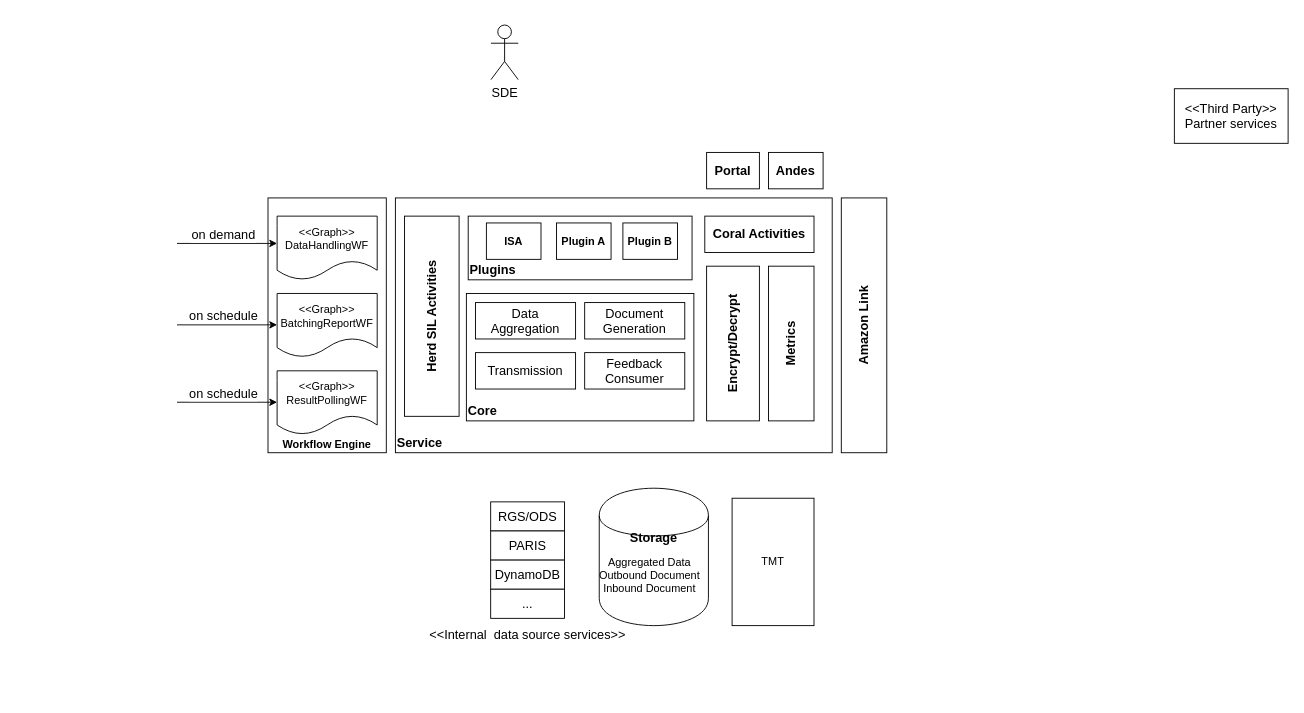
The draw.io diagram page "Page-2" (2 of 3) of Untitled Diagram.drawio in dongposhi/Mimicat, before the edit. Source tidied: cells renumbered, new cells numbered last; positions are measured from the earlier drawing's top-left corner, leaving out a move shared by most shapes. Both pictures are drawn from the tidied source at 91%, with x=0, y=0 at pixel (177, 25).
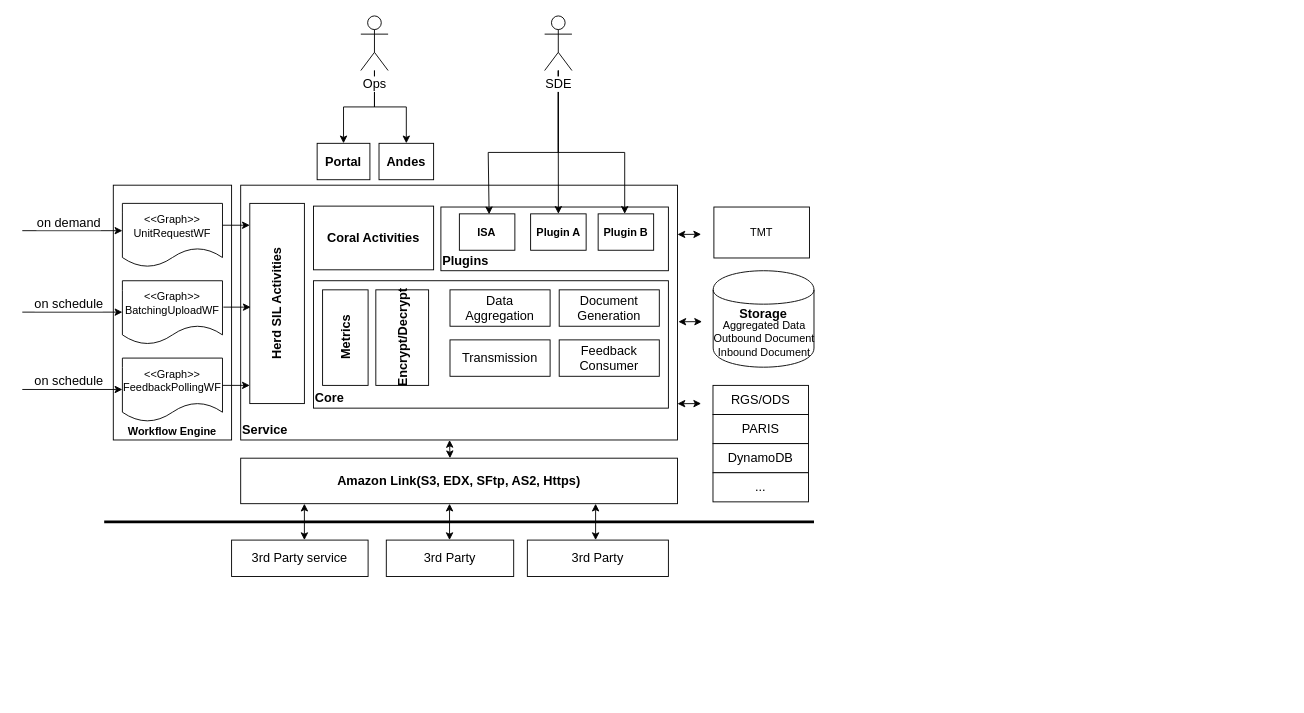
After the change.

Change to the diagram source:
```diff
@@
     <mxCell id="2" value="Service" style="rounded=0;whiteSpace=wrap;html=1;fontSize=14;align=left;verticalAlign=bottom;fontStyle=1;" parent="1" vertex="1">
-      <mxGeometry x="240" y="190" width="480" height="280" as="geometry" />
+      <mxGeometry x="70" y="176" width="480" height="280" as="geometry" />
     </mxCell>
     <mxCell id="3" value="Workflow Engine" style="whiteSpace=wrap;html=1;verticalAlign=bottom;fontStyle=1;" parent="1" vertex="1">
-      <mxGeometry x="100" y="190" width="130" height="280" as="geometry" />
+      <mxGeometry x="-70" y="176" width="130" height="280" as="geometry" />
     </mxCell>
-    <mxCell id="4" value="Metrics" style="rounded=0;whiteSpace=wrap;html=1;fontSize=14;align=center;horizontal=0;fontStyle=1;" parent="1" vertex="1">
-      <mxGeometry x="650" y="265" width="50" height="170" as="geometry" />
-    </mxCell>
-    <mxCell id="5" value="Encrypt/Decrypt" style="rounded=0;whiteSpace=wrap;html=1;fontSize=14;align=center;horizontal=0;fontStyle=1;" parent="1" vertex="1">
-      <mxGeometry x="582" y="265" width="58" height="170" as="geometry" />
-    </mxCell>
-    <mxCell id="6" value="&amp;lt;&amp;lt;Third Party&amp;gt;&amp;gt;&lt;br&gt;Partner services" style="rounded=0;whiteSpace=wrap;html=1;fontSize=14;align=center;" parent="1" vertex="1">
-      <mxGeometry x="1096" y="70" width="125" height="60" as="geometry" />
-    </mxCell>
     <mxCell id="7" style="group;" parent="1" vertex="1">
-      <mxGeometry x="330" y="500" width="140" height="152" as="geometry" />
+      <mxGeometry x="610" y="586" width="140" height="152" as="geometry" />
     </mxCell>
     <mxCell id="8" style="group;" parent="7" vertex="1">
-      <mxGeometry x="14.7" y="24" width="81.1" height="128" as="geometry" />
+      <mxGeometry x="3.7" y="-190" width="105" height="128" as="geometry" />
     </mxCell>
     <mxCell id="9" value="RGS/ODS" style="rounded=0;whiteSpace=wrap;html=1;fontSize=14;align=center;" parent="8" vertex="1">
-      <mxGeometry width="81.1" height="32" as="geometry" />
+      <mxGeometry x="-24.7" width="105" height="32" as="geometry" />
     </mxCell>
     <mxCell id="10" value="PARIS" style="rounded=0;whiteSpace=wrap;html=1;fontSize=14;align=center;" parent="8" vertex="1">
-      <mxGeometry y="32" width="81.1" height="32" as="geometry" />
+      <mxGeometry x="-24.7" y="32" width="105" height="32" as="geometry" />
     </mxCell>
     <mxCell id="11" value="DynamoDB" style="rounded=0;whiteSpace=wrap;html=1;fontSize=14;align=center;" parent="8" vertex="1">
-      <mxGeometry y="64" width="81.1" height="32" as="geometry" />
+      <mxGeometry x="-24.7" y="64" width="105" height="32" as="geometry" />
     </mxCell>
     <mxCell id="12" value="..." style="rounded=0;whiteSpace=wrap;html=1;fontSize=14;align=center;" parent="8" vertex="1">
-      <mxGeometry y="96" width="81.1" height="32" as="geometry" />
+      <mxGeometry x="-24.7" y="96" width="105" height="32" as="geometry" />
     </mxCell>
     <mxCell id="13" value="Herd SIL Activities" style="rounded=0;whiteSpace=wrap;html=1;fontSize=14;align=center;fontStyle=1;direction=south;horizontal=0;" parent="1" vertex="1">
-      <mxGeometry x="250" y="210" width="60" height="220" as="geometry" />
+      <mxGeometry x="80" y="196" width="60" height="220" as="geometry" />
     </mxCell>
     <mxCell id="14" value="Coral Activities" style="rounded=0;whiteSpace=wrap;html=1;fontSize=14;align=center;fontStyle=1;direction=east;flipH=1;flipV=1;horizontal=1;" parent="1" vertex="1">
-      <mxGeometry x="580" y="210" width="120" height="40" as="geometry" />
+      <mxGeometry x="150" y="199" width="132" height="70" as="geometry" />
     </mxCell>
-    <mxCell id="15" value="&amp;lt;&amp;lt;Graph&amp;gt;&amp;gt;&lt;br&gt;DataHandlingWF" style="shape=document;whiteSpace=wrap;html=1;boundedLbl=1;" parent="1" vertex="1">
-      <mxGeometry x="110" y="210" width="110" height="70" as="geometry" />
+    <mxCell id="15" value="&amp;lt;&amp;lt;Graph&amp;gt;&amp;gt;&lt;br&gt;UnitRequestWF" style="shape=document;whiteSpace=wrap;html=1;boundedLbl=1;" parent="1" vertex="1">
+      <mxGeometry x="-60" y="196" width="110" height="70" as="geometry" />
     </mxCell>
-    <mxCell id="16" value="&amp;lt;&amp;lt;Graph&amp;gt;&amp;gt;&lt;br&gt;BatchingReportWF" style="shape=document;whiteSpace=wrap;html=1;boundedLbl=1;" parent="1" vertex="1">
-      <mxGeometry x="110" y="295" width="110" height="70" as="geometry" />
+    <mxCell id="16" value="&amp;lt;&amp;lt;Graph&amp;gt;&amp;gt;&lt;br&gt;BatchingUploadWF" style="shape=document;whiteSpace=wrap;html=1;boundedLbl=1;" parent="1" vertex="1">
+      <mxGeometry x="-60" y="281" width="110" height="70" as="geometry" />
     </mxCell>
-    <mxCell id="17" value="&amp;lt;&amp;lt;Graph&amp;gt;&amp;gt;&lt;br&gt;ResultPollingWF" style="shape=document;whiteSpace=wrap;html=1;boundedLbl=1;" parent="1" vertex="1">
-      <mxGeometry x="110" y="380" width="110" height="70" as="geometry" />
+    <mxCell id="17" value="&amp;lt;&amp;lt;Graph&amp;gt;&amp;gt;&lt;br&gt;FeedbackPollingWF" style="shape=document;whiteSpace=wrap;html=1;boundedLbl=1;" parent="1" vertex="1">
+      <mxGeometry x="-60" y="366" width="110" height="70" as="geometry" />
     </mxCell>
     <mxCell id="18" value="TMT" style="whiteSpace=wrap;html=1;" parent="1" vertex="1">
-      <mxGeometry x="610" y="520" width="90" height="140" as="geometry" />
+      <mxGeometry x="590" y="200" width="105" height="56" as="geometry" />
     </mxCell>
-    <mxCell id="19" value="&amp;lt;&amp;lt;Internal&amp;nbsp; data source services&amp;gt;&amp;gt;" style="text;html=1;align=center;verticalAlign=middle;fontSize=14;" parent="1" vertex="1">
-      <mxGeometry x="270" y="660" width="230" height="20" as="geometry" />
-    </mxCell>
-    <mxCell id="20" value="Amazon Link" style="whiteSpace=wrap;html=1;horizontal=0;fontSize=14;fontStyle=1;" parent="1" vertex="1">
-      <mxGeometry x="730" y="190" width="50" height="280" as="geometry" />
+    <mxCell id="20" value="Amazon Link(S3, EDX, SFtp, AS2, Https)" style="whiteSpace=wrap;html=1;horizontal=1;fontSize=14;fontStyle=1;direction=south;" parent="1" vertex="1">
+      <mxGeometry x="70" y="476" width="480" height="50" as="geometry" />
     </mxCell>
     <mxCell id="21" style="group;" parent="1" vertex="1">
-      <mxGeometry x="454" y="509" width="130" height="151" as="geometry" />
+      <mxGeometry x="580" y="270" width="120" height="106" as="geometry" />
     </mxCell>
     <mxCell id="22" value="&lt;b&gt;Storage&lt;/b&gt;" style="shape=cylinder;whiteSpace=wrap;html=1;boundedLbl=1;backgroundOutline=1;fontSize=14;align=center;verticalAlign=top;" parent="21" vertex="1">
-      <mxGeometry x="10" width="120" height="151" as="geometry" />
+      <mxGeometry x="9.2" width="110.8" height="106" as="geometry" />
     </mxCell>
     <mxCell id="23" value="Aggregated Data&lt;br&gt;Outbound Document&lt;br&gt;Inbound Document" style="text;html=1;align=center;verticalAlign=middle;points=[];fillColor=none;strokeColor=none;rounded=0;" parent="21" vertex="1">
-      <mxGeometry y="71" width="130" height="50" as="geometry" />
+      <mxGeometry y="49.8" width="130" height="50" as="geometry" />
     </mxCell>
     <mxCell id="24" value="Portal" style="rounded=0;whiteSpace=wrap;html=1;fontSize=14;align=center;fontStyle=1;direction=east;flipH=1;flipV=1;horizontal=1;" parent="1" vertex="1">
-      <mxGeometry x="582" y="140" width="58" height="40" as="geometry" />
+      <mxGeometry x="154" y="130" width="58" height="40" as="geometry" />
     </mxCell>
     <mxCell id="25" value="Andes" style="rounded=0;whiteSpace=wrap;html=1;fontSize=14;align=center;fontStyle=1;direction=east;flipH=1;flipV=1;horizontal=1;" parent="1" vertex="1">
-      <mxGeometry x="650" y="140" width="60" height="40" as="geometry" />
+      <mxGeometry x="222" y="130" width="60" height="40" as="geometry" />
     </mxCell>
     <mxCell id="26" style="group;" parent="1" vertex="1">
-      <mxGeometry x="320" y="210" width="246" height="70" as="geometry" />
+      <mxGeometry x="290" y="200" width="250" height="70" as="geometry" />
     </mxCell>
     <mxCell id="27" value="Plugins&amp;nbsp;" style="rounded=0;whiteSpace=wrap;html=1;fontSize=14;align=left;verticalAlign=bottom;fontStyle=1;" parent="26" vertex="1">
-      <mxGeometry width="246" height="70" as="geometry" />
+      <mxGeometry width="250" height="70" as="geometry" />
     </mxCell>
     <mxCell id="28" value="ISA" style="whiteSpace=wrap;html=1;fontStyle=1;" parent="26" vertex="1">
-      <mxGeometry x="20" y="7.5" width="60" height="40" as="geometry" />
+      <mxGeometry x="20.3" y="7.5" width="61" height="40" as="geometry" />
     </mxCell>
     <mxCell id="29" value="Plugin A" style="whiteSpace=wrap;html=1;fontStyle=1;" parent="26" vertex="1">
-      <mxGeometry x="97" y="7.5" width="60" height="40" as="geometry" />
+      <mxGeometry x="98.6" y="7.5" width="61" height="40" as="geometry" />
     </mxCell>
     <mxCell id="30" value="Plugin B" style="whiteSpace=wrap;html=1;fontStyle=1;" parent="26" vertex="1">
-      <mxGeometry x="170" y="7.5" width="60" height="40" as="geometry" />
+      <mxGeometry x="172.8" y="7.5" width="61" height="40" as="geometry" />
     </mxCell>
+    <mxCell id="43" style="edgeStyle=orthogonalEdgeStyle;rounded=0;jettySize=auto;html=1;entryX=0.5;entryY=0;entryDx=0;entryDy=0;endArrow=classic;endFill=1;fontSize=14;" parent="1" edge="1" source="31" target="29">
+      <mxGeometry relative="1" as="geometry" />
+    </mxCell>
+    <mxCell id="44" style="edgeStyle=orthogonalEdgeStyle;rounded=0;orthogonalLoop=1;jettySize=auto;html=1;entryX=0.5;entryY=0;entryDx=0;entryDy=0;endArrow=classic;endFill=1;fontSize=14;" parent="1" edge="1">
+      <mxGeometry relative="1" as="geometry">
+        <mxPoint x="419" y="50" as="sourcePoint" />
+        <mxPoint x="343" y="208" as="targetPoint" />
+        <Array as="points">
+          <mxPoint x="419" y="140" />
+          <mxPoint x="342" y="140" />
+        </Array>
+      </mxGeometry>
+    </mxCell>
+    <mxCell id="45" style="edgeStyle=orthogonalEdgeStyle;rounded=0;orthogonalLoop=1;jettySize=auto;html=1;endArrow=classic;endFill=1;fontSize=14;" parent="1" edge="1">
+      <mxGeometry relative="1" as="geometry">
+        <mxPoint x="419" y="50" as="sourcePoint" />
+        <mxPoint x="492" y="207.5" as="targetPoint" />
+        <Array as="points">
+          <mxPoint x="419" y="140" />
+          <mxPoint x="492" y="140" />
+        </Array>
+      </mxGeometry>
+    </mxCell>
     <mxCell id="31" value="SDE" style="shape=umlActor;verticalLabelPosition=bottom;labelBackgroundColor=#ffffff;verticalAlign=top;html=1;outlineConnect=0;fontSize=14;" parent="1" vertex="1">
-      <mxGeometry x="345" width="30" height="60" as="geometry" />
+      <mxGeometry x="404" y="-10" width="30" height="60" as="geometry" />
     </mxCell>
     <mxCell id="32" value="Core" style="rounded=0;whiteSpace=wrap;html=1;fontSize=14;align=left;verticalAlign=bottom;fontStyle=1;" parent="1" vertex="1">
-      <mxGeometry x="318" y="295" width="250" height="140" as="geometry" />
+      <mxGeometry x="150" y="281" width="390" height="140" as="geometry" />
     </mxCell>
     <mxCell id="33" value="Data Aggregation" style="rounded=0;whiteSpace=wrap;html=1;fontSize=14;" parent="1" vertex="1">
-      <mxGeometry x="328" y="305" width="110" height="40" as="geometry" />
+      <mxGeometry x="300" y="291" width="110" height="40" as="geometry" />
     </mxCell>
     <mxCell id="34" value="Document Generation" style="rounded=0;whiteSpace=wrap;html=1;fontSize=14;" parent="1" vertex="1">
-      <mxGeometry x="448" y="305" width="110" height="40" as="geometry" />
+      <mxGeometry x="420" y="291" width="110" height="40" as="geometry" />
     </mxCell>
     <mxCell id="35" value="Transmission" style="rounded=0;whiteSpace=wrap;html=1;fontSize=14;" parent="1" vertex="1">
-      <mxGeometry x="328" y="360" width="110" height="40" as="geometry" />
+      <mxGeometry x="300" y="346" width="110" height="40" as="geometry" />
     </mxCell>
     <mxCell id="36" value="Feedback Consumer" style="rounded=0;whiteSpace=wrap;html=1;fontSize=14;" parent="1" vertex="1">
-      <mxGeometry x="448" y="360" width="110" height="40" as="geometry" />
+      <mxGeometry x="420" y="346" width="110" height="40" as="geometry" />
     </mxCell>
     <mxCell id="37" style="endArrow=classic;html=1;fontSize=14;" parent="1" edge="1">
       <mxGeometry relative="1" as="geometry">
-        <mxPoint y="240" as="sourcePoint" />
-        <mxPoint x="110" y="240" as="targetPoint" />
+        <mxPoint x="-170" y="226" as="sourcePoint" />
+        <mxPoint x="-60" y="226" as="targetPoint" />
       </mxGeometry>
     </mxCell>
@@
     <mxCell id="39" style="endArrow=classic;html=1;fontSize=14;" parent="1" edge="1">
       <mxGeometry relative="1" as="geometry">
-        <mxPoint y="329.5" as="sourcePoint" />
-        <mxPoint x="110" y="329.5" as="targetPoint" />
+        <mxPoint x="-170" y="315.5" as="sourcePoint" />
+        <mxPoint x="-60" y="315.5" as="targetPoint" />
       </mxGeometry>
     </mxCell>
@@
     <mxCell id="41" style="endArrow=classic;html=1;fontSize=14;" parent="1" edge="1">
       <mxGeometry relative="1" as="geometry">
-        <mxPoint y="414.5" as="sourcePoint" />
-        <mxPoint x="110" y="414.5" as="targetPoint" />
+        <mxPoint x="-170" y="400.5" as="sourcePoint" />
+        <mxPoint x="-60" y="400.5" as="targetPoint" />
       </mxGeometry>
     </mxCell>
@@
+    <mxCell id="46" style="edgeStyle=orthogonalEdgeStyle;rounded=0;jettySize=auto;html=1;entryX=0.5;entryY=0;entryDx=0;entryDy=0;endArrow=classic;endFill=1;fontSize=14;" parent="1" edge="1" source="48" target="24">
+      <mxGeometry relative="1" as="geometry" />
+    </mxCell>
+    <mxCell id="47" style="edgeStyle=orthogonalEdgeStyle;rounded=0;jettySize=auto;html=1;entryX=0.5;entryY=0;entryDx=0;entryDy=0;endArrow=classic;endFill=1;fontSize=14;" parent="1" edge="1" source="48" target="25">
+      <mxGeometry relative="1" as="geometry" />
+    </mxCell>
+    <mxCell id="48" value="Ops" style="shape=umlActor;verticalLabelPosition=bottom;labelBackgroundColor=#ffffff;verticalAlign=top;html=1;outlineConnect=0;fontSize=14;" parent="1" vertex="1">
+      <mxGeometry x="202" y="-10" width="30" height="60" as="geometry" />
+    </mxCell>
+    <mxCell id="49" value="3rd Party service" style="rounded=0;whiteSpace=wrap;html=1;fontSize=14;" parent="1" vertex="1">
+      <mxGeometry x="60" y="566" width="150" height="40" as="geometry" />
+    </mxCell>
+    <mxCell id="50" value="3rd Party" style="rounded=0;whiteSpace=wrap;html=1;fontSize=14;" parent="1" vertex="1">
+      <mxGeometry x="230" y="566" width="140" height="40" as="geometry" />
+    </mxCell>
+    <mxCell id="51" value="3rd Party" style="rounded=0;whiteSpace=wrap;html=1;fontSize=14;" parent="1" vertex="1">
+      <mxGeometry x="385" y="566" width="155" height="40" as="geometry" />
+    </mxCell>
+    <mxCell id="52" style="endArrow=none;html=1;fontSize=14;strokeWidth=3;" parent="1" edge="1">
+      <mxGeometry relative="1" as="geometry">
+        <mxPoint x="-80" y="546" as="sourcePoint" />
+        <mxPoint x="700" y="546" as="targetPoint" />
+      </mxGeometry>
+    </mxCell>
+    <mxCell id="53" style="endArrow=classic;startArrow=classic;html=1;strokeWidth=1;fontSize=14;" parent="1" edge="1">
+      <mxGeometry relative="1" as="geometry">
+        <mxPoint x="140" y="566" as="sourcePoint" />
+        <mxPoint x="140" y="526" as="targetPoint" />
+      </mxGeometry>
+    </mxCell>
+    <mxCell id="54" style="endArrow=classic;startArrow=classic;html=1;strokeWidth=1;fontSize=14;" parent="1" edge="1">
+      <mxGeometry relative="1" as="geometry">
+        <mxPoint x="299.5" y="566" as="sourcePoint" />
+        <mxPoint x="299.5" y="526" as="targetPoint" />
+      </mxGeometry>
+    </mxCell>
+    <mxCell id="55" style="endArrow=classic;startArrow=classic;html=1;strokeWidth=1;fontSize=14;" parent="1" edge="1">
+      <mxGeometry relative="1" as="geometry">
+        <mxPoint x="460" y="566" as="sourcePoint" />
+        <mxPoint x="460" y="526" as="targetPoint" />
+      </mxGeometry>
+    </mxCell>
+    <mxCell id="56" style="endArrow=classic;startArrow=classic;html=1;strokeWidth=1;fontSize=14;" parent="1" edge="1">
+      <mxGeometry relative="1" as="geometry">
+        <mxPoint x="300" y="476" as="sourcePoint" />
+        <mxPoint x="299.5" y="456" as="targetPoint" />
+      </mxGeometry>
+    </mxCell>
+    <mxCell id="4" value="Metrics" style="rounded=0;whiteSpace=wrap;html=1;fontSize=14;align=center;horizontal=0;fontStyle=1;" parent="1" vertex="1">
+      <mxGeometry x="160" y="291" width="50" height="105" as="geometry" />
+    </mxCell>
+    <mxCell id="5" value="Encrypt/Decrypt" style="rounded=0;whiteSpace=wrap;html=1;fontSize=14;align=center;horizontal=0;fontStyle=1;" parent="1" vertex="1">
+      <mxGeometry x="218.5" y="291" width="58" height="105" as="geometry" />
+    </mxCell>
+    <mxCell id="57" style="endArrow=classic;startArrow=classic;html=1;strokeWidth=1;fontSize=14;exitX=1.002;exitY=0.536;exitDx=0;exitDy=0;exitPerimeter=0;entryX=-0.023;entryY=0.123;entryDx=0;entryDy=0;entryPerimeter=0;" parent="1" edge="1" source="2" target="23">
+      <mxGeometry relative="1" as="geometry" />
+    </mxCell>
+    <mxCell id="58" style="endArrow=classic;startArrow=classic;html=1;strokeWidth=1;fontSize=14;exitX=1.002;exitY=0.536;exitDx=0;exitDy=0;exitPerimeter=0;entryX=-0.023;entryY=0.123;entryDx=0;entryDy=0;entryPerimeter=0;" parent="1" edge="1">
+      <mxGeometry relative="1" as="geometry">
+        <mxPoint x="550" y="230.1" as="sourcePoint" />
+        <mxPoint x="576" y="230" as="targetPoint" />
+      </mxGeometry>
+    </mxCell>
+    <mxCell id="59" style="endArrow=classic;startArrow=classic;html=1;strokeWidth=1;fontSize=14;exitX=1.002;exitY=0.536;exitDx=0;exitDy=0;exitPerimeter=0;entryX=-0.023;entryY=0.123;entryDx=0;entryDy=0;entryPerimeter=0;" parent="1" edge="1">
+      <mxGeometry relative="1" as="geometry">
+        <mxPoint x="550" y="416.1" as="sourcePoint" />
+        <mxPoint x="576" y="416" as="targetPoint" />
+      </mxGeometry>
+    </mxCell>
+    <mxCell id="60" style="endArrow=classic;html=1;strokeWidth=1;fontSize=14;" parent="1" edge="1">
+      <mxGeometry relative="1" as="geometry">
+        <mxPoint x="50" y="220" as="sourcePoint" />
+        <mxPoint x="80" y="220" as="targetPoint" />
+      </mxGeometry>
+    </mxCell>
+    <mxCell id="61" style="endArrow=classic;html=1;strokeWidth=1;fontSize=14;" parent="1" edge="1">
+      <mxGeometry relative="1" as="geometry">
+        <mxPoint x="51" y="310" as="sourcePoint" />
+        <mxPoint x="81" y="310" as="targetPoint" />
+      </mxGeometry>
+    </mxCell>
+    <mxCell id="62" style="endArrow=classic;html=1;strokeWidth=1;fontSize=14;" parent="1" edge="1">
+      <mxGeometry relative="1" as="geometry">
+        <mxPoint x="50" y="396" as="sourcePoint" />
+        <mxPoint x="80" y="396" as="targetPoint" />
+      </mxGeometry>
+    </mxCell>
```
